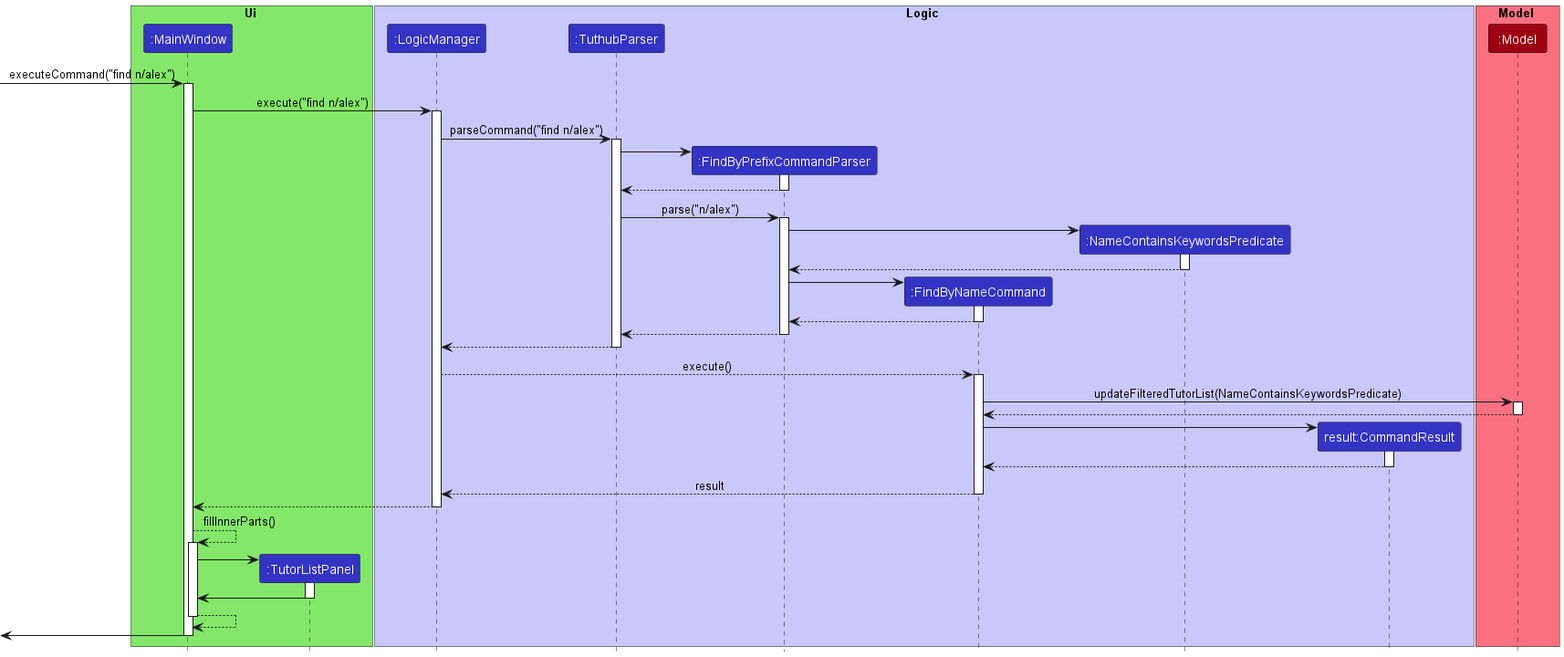
The PlantUML diagram docs/images/FindSequenceDiagram.png in nus-cs2103-AY2223S1/tp, before a commit.
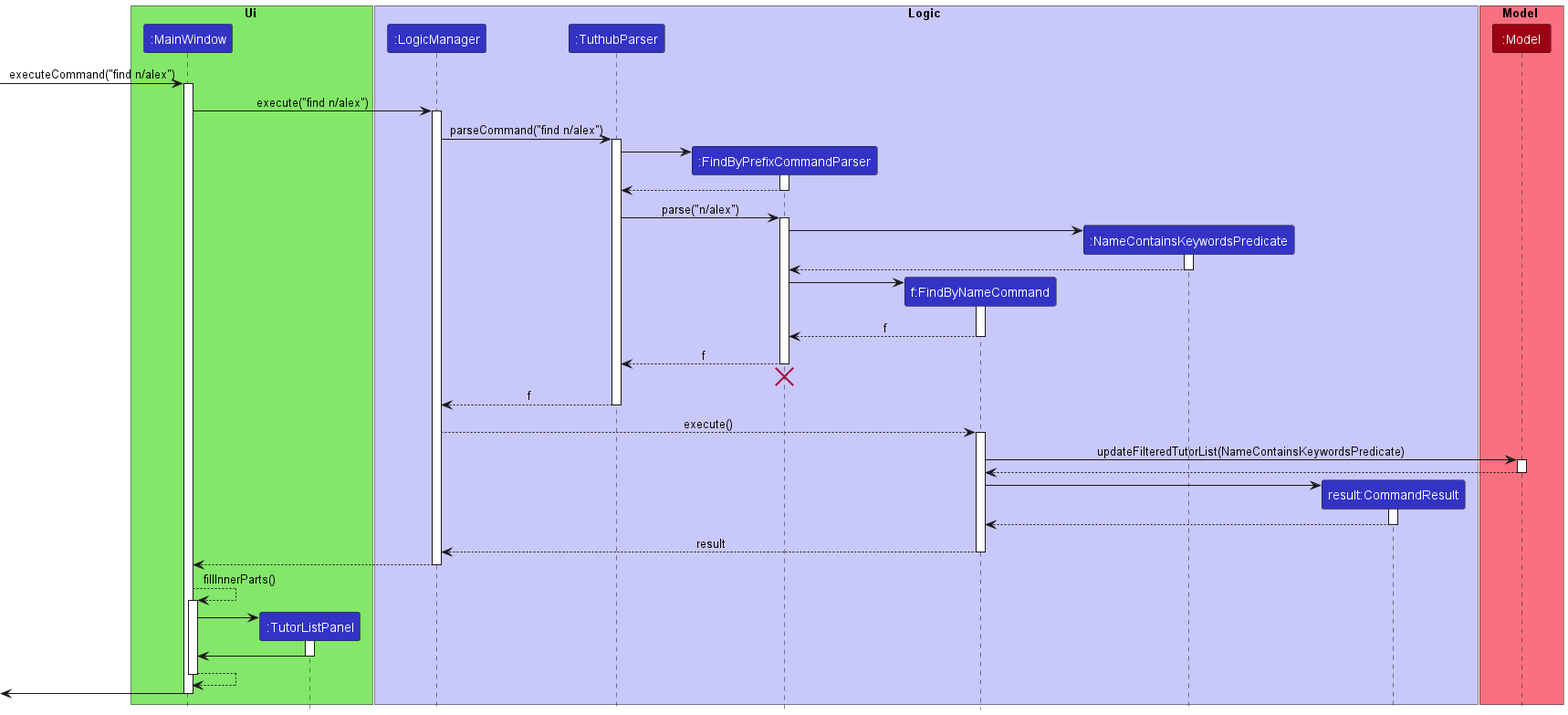
The same file after the commit.

Commit message:
Add images of sequence diagrams

What changed in the source:
```diff
@@ -10,7 +10,7 @@
 participant ":LogicManager" as LogicManager LOGIC_COLOR
 participant ":TuthubParser" as TuthubParser LOGIC_COLOR
 participant ":FindByPrefixCommandParser" as FindByPrefixCommandParser LOGIC_COLOR
-participant ":FindByNameCommand" as FindByNameCommand LOGIC_COLOR
+participant "f:FindByNameCommand" as FindByNameCommand LOGIC_COLOR
 participant ":NameContainsKeywordsPredicate" as NameContainsKeywordsPredicate LOGIC_COLOR
 participant "result:CommandResult" as CommandResult LOGIC_COLOR
 end box
@@ -49,13 +49,15 @@
 FindByPrefixCommandParser -> FindByNameCommand
 activate FindByNameCommand
 
-FindByNameCommand --> FindByPrefixCommandParser
+FindByNameCommand --> FindByPrefixCommandParser : f
 deactivate FindByNameCommand
 
-FindByPrefixCommandParser --> TuthubParser
+FindByPrefixCommandParser --> TuthubParser : f
 deactivate FindByPrefixCommandParser
+FindByPrefixCommandParser -[hidden]-> TuthubParser
+destroy FindByPrefixCommandParser
 
-TuthubParser --> LogicManager
+TuthubParser --> LogicManager : f
 deactivate TuthubParser
 
 LogicManager --> FindByNameCommand : execute()
```
